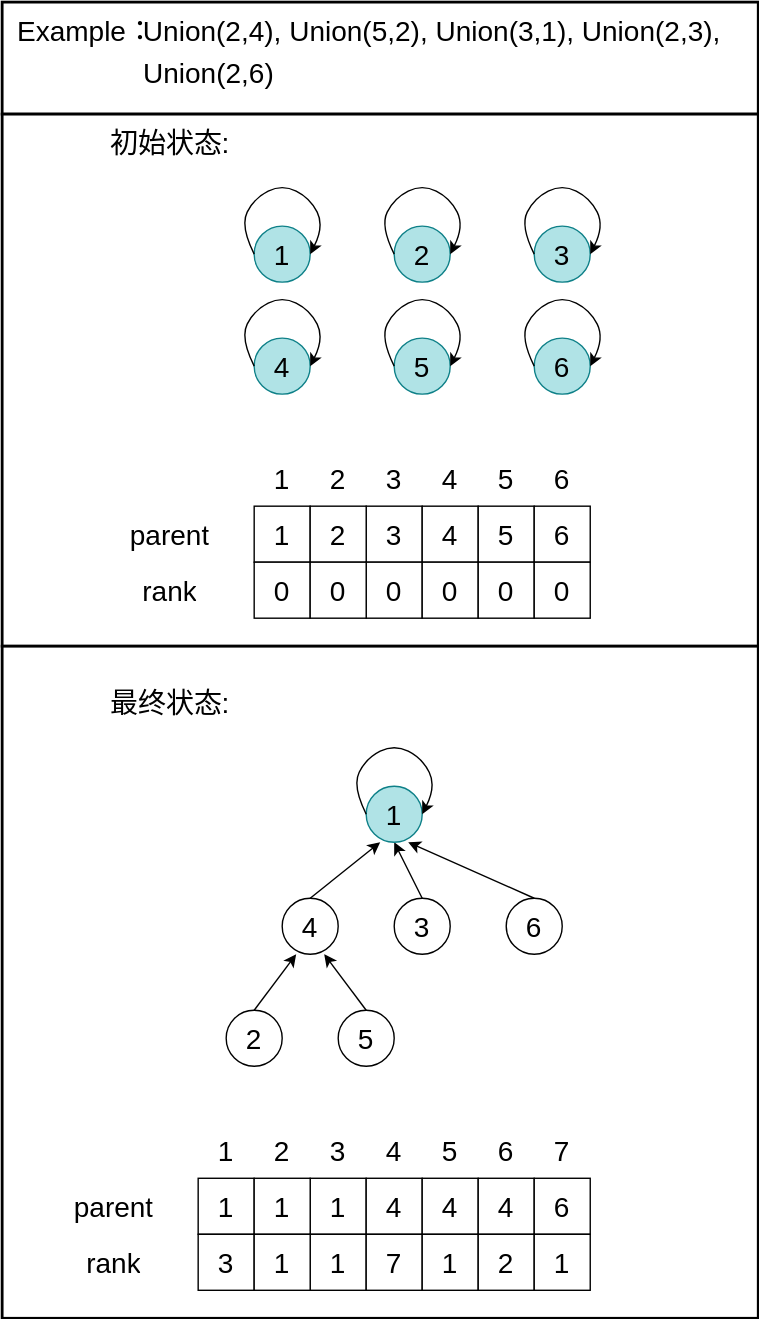
TBD2021/Salt-and-Computer-Science keeps this draw.io diagram as Algorithms/img/DisjointSet2.svg. Above is the earlier version. Source tidied: cells renumbered, new cells last; positions are measured from the earlier drawing's top-left corner, leaving out a move shared by most shapes.
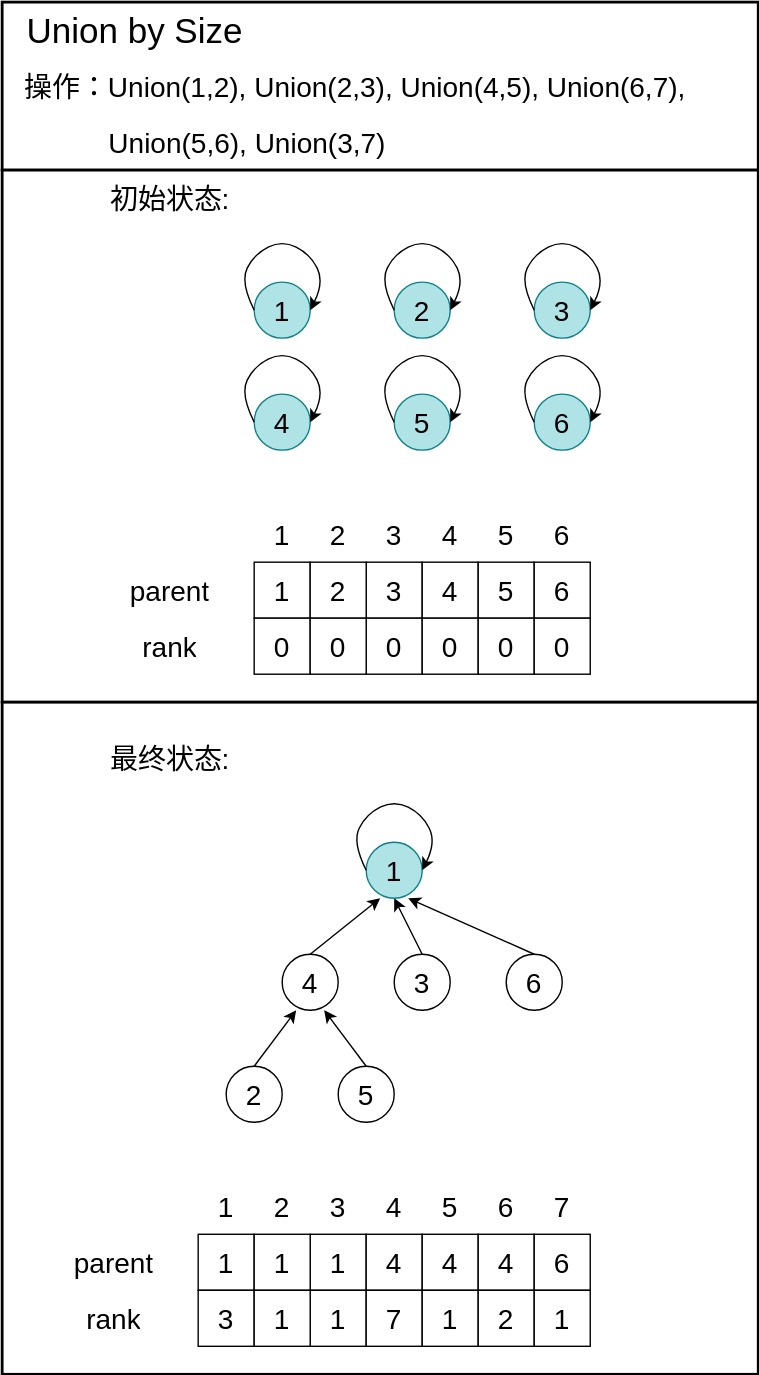
After the change.

The edit, as a diff of the source:
```diff
@@ -3,7 +3,7 @@
     <mxCell id="0" />
     <mxCell id="1" parent="0" />
     <mxCell id="2" style="rounded=0;whiteSpace=wrap;html=1;strokeWidth=2;" parent="1" vertex="1">
-      <mxGeometry width="540" height="80" as="geometry" />
+      <mxGeometry y="-40" width="540" height="120" as="geometry" />
     </mxCell>
     <mxCell id="3" style="rounded=0;whiteSpace=wrap;html=1;strokeWidth=2;" parent="1" vertex="1">
       <mxGeometry y="80" width="540" height="380" as="geometry" />
@@ -152,14 +152,14 @@
         <mxGeometry x="380" y="400" width="40" height="40" as="geometry" />
       </mxCell>
     </object>
-    <object id="38" label="&lt;span style=&quot;font-size: 20px;&quot;&gt;Union(2,4), Union(5,2), Union(3,1),&amp;nbsp;&lt;/span&gt;&lt;font style=&quot;font-size: 20px;&quot;&gt;Union(2,3),&amp;nbsp;&lt;/font&gt;" name="Variable" placeholders="1">
+    <object id="38" label="&lt;span style=&quot;font-size: 20px;&quot;&gt;操作：Union(1,2), Union(2,3), Union(4,5),&amp;nbsp;&lt;/span&gt;&lt;font style=&quot;font-size: 20px;&quot;&gt;Union(6,7),&amp;nbsp;&lt;/font&gt;" name="Variable" placeholders="1">
       <mxCell style="text;html=1;strokeColor=none;fillColor=none;align=center;verticalAlign=middle;whiteSpace=wrap;overflow=hidden;" parent="1" vertex="1">
-        <mxGeometry x="80" width="460" height="40" as="geometry" />
+        <mxGeometry width="510" height="40" as="geometry" />
       </mxCell>
     </object>
-    <object id="39" label="&lt;span style=&quot;font-size: 20px;&quot;&gt;&amp;nbsp;Union(2,6)&lt;/span&gt;" name="Variable" placeholders="1">
+    <object id="39" label="&lt;span style=&quot;font-size: 20px;&quot;&gt;&amp;nbsp;Union(5,6), Union(3,7)&lt;/span&gt;" name="Variable" placeholders="1">
       <mxCell style="text;html=1;strokeColor=none;fillColor=none;align=center;verticalAlign=middle;whiteSpace=wrap;overflow=hidden;" parent="1" vertex="1">
-        <mxGeometry x="10" y="30" width="270" height="40" as="geometry" />
+        <mxGeometry x="45" y="40" width="255" height="40" as="geometry" />
       </mxCell>
     </object>
     <object id="40" label="&lt;span style=&quot;font-size: 20px;&quot;&gt;最终状态:&lt;/span&gt;" name="Variable" placeholders="1">
@@ -533,10 +533,10 @@
         </Array>
       </mxGeometry>
     </mxCell>
-    <object id="121" label="&lt;span style=&quot;font-size: 20px;&quot;&gt;Example：&lt;/span&gt;" name="Variable" placeholders="1">
-      <mxCell style="text;html=1;strokeColor=none;fillColor=none;align=center;verticalAlign=middle;whiteSpace=wrap;overflow=hidden;" parent="1" vertex="1">
-        <mxGeometry width="120" height="40" as="geometry" />
-      </mxCell>
-    </object>
+    <object id="122" label="&lt;font style=&quot;font-size: 25px;&quot;&gt;Union by Size&lt;/font&gt;" name="Variable" placeholders="1">
+      <mxCell style="text;html=1;strokeColor=none;fillColor=none;align=center;verticalAlign=middle;whiteSpace=wrap;overflow=hidden;" parent="1" vertex="1">
+        <mxGeometry y="-40" width="190" height="40" as="geometry" />
+      </mxCell>
+    </object>
   </root>
 </mxGraphModel>
```
